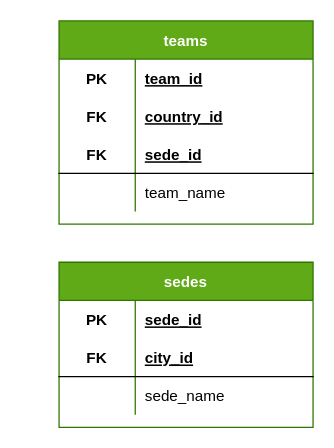
Earlier version of the draw.io diagram page "model" (2 of 2) of soccer_model.drawio (r3card0/soccer.stats). Source tidied: cells renumbered, new cells numbered last; positions are measured from the earlier drawing's top-left corner, leaving out a move shared by most shapes. Both pictures are drawn from the tidied source at 127%, with x=0, y=0 at pixel (58, 20).
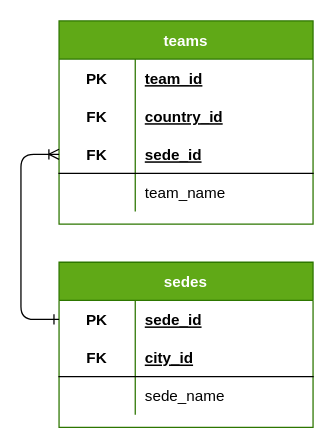
The same diagram, later.

Commit message:
relation sedes to teams models

The change refers to these unchanged cells:
```xml
<mxCell id="9" style="shape=partialRectangle;fillColor=none;top=0;left=0;bottom=1;right=0;points=[[0,0.5],[1,0.5]];portConstraint=eastwest;" parent="2" vertex="1">
  <mxGeometry y="90" width="200" height="30" as="geometry" />
</mxCell>
<mxCell id="16" style="shape=partialRectangle;fillColor=none;top=0;left=0;bottom=0;right=0;points=[[0,0.5],[1,0.5]];portConstraint=eastwest;" parent="15" vertex="1">
  <mxGeometry y="30" width="200" height="30" as="geometry" />
</mxCell>
```

Change to the diagram source:
```diff
@@
+    <mxCell id="25" style="edgeStyle=none;html=1;exitX=0;exitY=0.5;exitDx=0;exitDy=0;entryX=0;entryY=0.5;entryDx=0;entryDy=0;endArrow=ERoneToMany;endFill=0;startArrow=ERone;startFill=0;" parent="1" edge="1" source="16" target="9">
+      <mxGeometry relative="1" as="geometry">
+        <Array as="points">
+          <mxPoint x="-30" y="235" />
+          <mxPoint x="-30" y="105" />
+        </Array>
+      </mxGeometry>
+    </mxCell>
```
